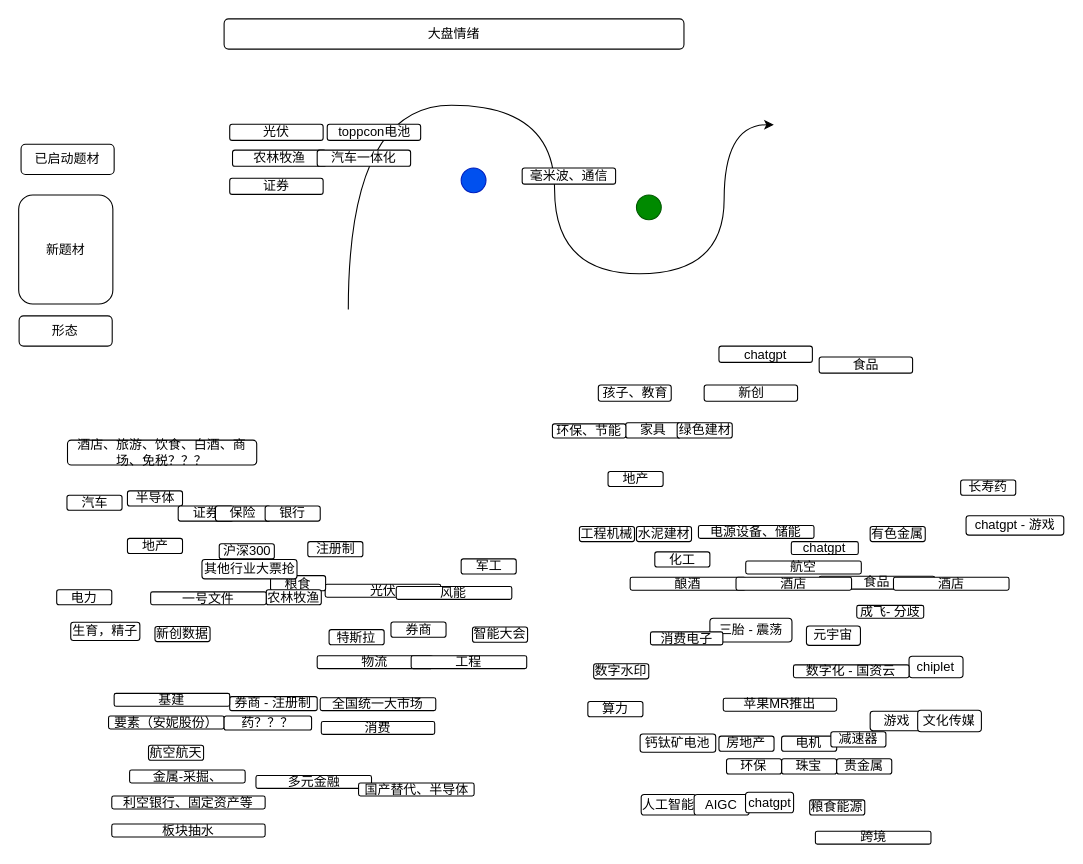
This is menus/每日头脑风暴.drawio from Asamiyaa/microservice-k8s-yun, a draw.io file, before an edit. Source tidied: cells renumbered, new cells numbered last; positions are measured from the earlier drawing's top-left corner, leaving out a move shared by most shapes. Both pictures are drawn from the tidied source at 108%, with x=0, y=0 at pixel (18, 18).
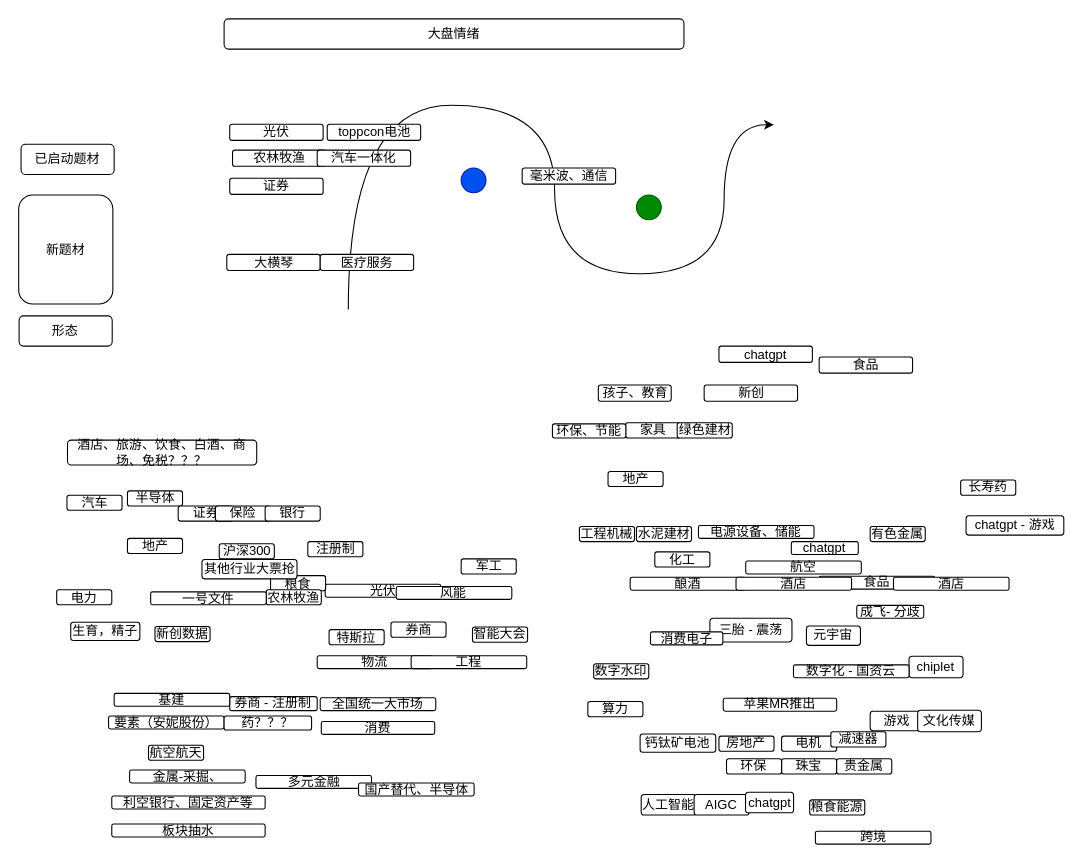
After the change.

Commit message:
更新每日头脑风暴.drawio

Diff of the diagram source:
```diff
@@
+    <mxCell id="95" value="大横琴" style="rounded=1;whiteSpace=wrap;html=1;" parent="1" vertex="1">
+      <mxGeometry x="192.5" y="218" width="86.5" height="15" as="geometry" />
+    </mxCell>
+    <mxCell id="96" value="医疗服务" style="rounded=1;whiteSpace=wrap;html=1;" parent="1" vertex="1">
+      <mxGeometry x="279" y="218" width="86.5" height="15" as="geometry" />
+    </mxCell>
```
